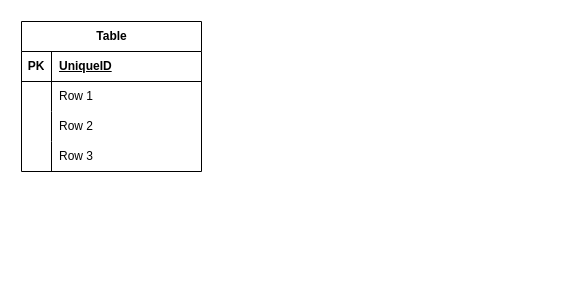
Andersoncrr/food-frontend keeps this draw.io diagram as Diagrama sin título.drawio. Above is the earlier version. Source tidied: cells renumbered, new cells numbered last; positions are measured from the earlier drawing's top-left corner, leaving out a move shared by most shapes. Both pictures are drawn from the tidied source at 100%, with x=0, y=0 at pixel (21, 21).
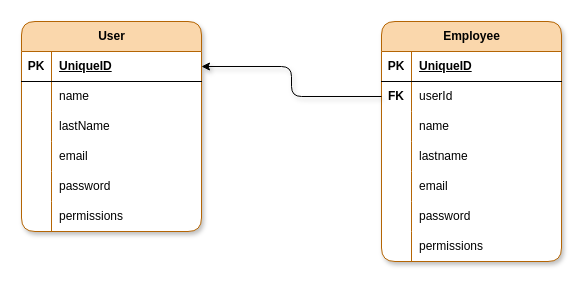
Above is the later version.

Unchanged cells that the change refers to:
```xml
<mxCell id="3" style="shape=tableRow;horizontal=0;startSize=0;swimlaneHead=0;swimlaneBody=0;fillColor=none;points=[[0,0.5],[1,0.5]];portConstraint=eastwest;top=0;left=0;right=0;bottom=1;" parent="2" vertex="1">
  <mxGeometry y="30" width="180" height="30" as="geometry" />
</mxCell>
<mxCell id="6" style="shape=tableRow;horizontal=0;startSize=0;swimlaneHead=0;swimlaneBody=0;fillColor=none;top=0;left=0;right=0;bottom=0;" parent="2" vertex="1">
  <mxGeometry y="60" width="180" height="30" as="geometry" />
</mxCell>
```

The edit, as a diff of the source:
```diff
@@
-    <mxCell id="2" value="Table" style="shape=table;startSize=30;childLayout=tableLayout;rowLines=0;fontStyle=1;align=center;html=1;" parent="1" vertex="1">
-      <mxGeometry width="180" height="150" as="geometry" />
+    <mxCell id="2" value="User" style="shape=table;startSize=30;childLayout=tableLayout;rowLines=0;fontStyle=1;align=center;html=1;fillColor=#fad7ac;strokeColor=#b46504;swimlaneFillColor=default;rounded=1;shadow=1;" parent="1" vertex="1">
+      <mxGeometry width="180" height="210" as="geometry" />
     </mxCell>
@@
-    <mxCell id="8" value="Row 1" style="shape=partialRectangle;fillColor=none;top=0;left=0;bottom=0;right=0;align=left;spacingLeft=6;overflow=hidden;whiteSpace=wrap;html=1;" parent="6" vertex="1">
+    <mxCell id="8" value="name" style="shape=partialRectangle;fillColor=none;top=0;left=0;bottom=0;right=0;align=left;spacingLeft=6;overflow=hidden;whiteSpace=wrap;html=1;" parent="6" vertex="1">
       <mxGeometry x="30" width="150" height="30" as="geometry" />
     </mxCell>
+    <mxCell id="15" style="shape=tableRow;horizontal=0;startSize=0;swimlaneHead=0;swimlaneBody=0;fillColor=none;top=0;left=0;right=0;bottom=0;" parent="2" vertex="1">
+      <mxGeometry y="90" width="180" height="30" as="geometry" />
+    </mxCell>
+    <mxCell id="16" style="shape=partialRectangle;fillColor=none;top=0;left=0;bottom=0;right=0;overflow=hidden;whiteSpace=wrap;html=1;" parent="15" vertex="1">
+      <mxGeometry width="30" height="30" as="geometry" />
+    </mxCell>
+    <mxCell id="17" value="lastName" style="shape=partialRectangle;fillColor=none;top=0;left=0;bottom=0;right=0;align=left;spacingLeft=6;overflow=hidden;whiteSpace=wrap;html=1;" parent="15" vertex="1">
+      <mxGeometry x="30" width="150" height="30" as="geometry" />
+    </mxCell>
     <mxCell id="9" style="shape=tableRow;horizontal=0;startSize=0;swimlaneHead=0;swimlaneBody=0;fillColor=none;top=0;left=0;right=0;bottom=0;" parent="2" vertex="1">
-      <mxGeometry y="90" width="180" height="30" as="geometry" />
+      <mxGeometry y="120" width="180" height="30" as="geometry" />
     </mxCell>
@@
-    <mxCell id="11" value="Row 2" style="shape=partialRectangle;fillColor=none;top=0;left=0;bottom=0;right=0;align=left;spacingLeft=6;overflow=hidden;whiteSpace=wrap;html=1;" parent="9" vertex="1">
+    <mxCell id="11" value="email" style="shape=partialRectangle;fillColor=none;top=0;left=0;bottom=0;right=0;align=left;spacingLeft=6;overflow=hidden;whiteSpace=wrap;html=1;" parent="9" vertex="1">
       <mxGeometry x="30" width="150" height="30" as="geometry" />
     </mxCell>
     <mxCell id="12" style="shape=tableRow;horizontal=0;startSize=0;swimlaneHead=0;swimlaneBody=0;fillColor=none;top=0;left=0;right=0;bottom=0;" parent="2" vertex="1">
-      <mxGeometry y="120" width="180" height="30" as="geometry" />
+      <mxGeometry y="150" width="180" height="30" as="geometry" />
     </mxCell>
@@
-    <mxCell id="14" value="Row 3" style="shape=partialRectangle;fillColor=none;top=0;left=0;bottom=0;right=0;align=left;spacingLeft=6;overflow=hidden;whiteSpace=wrap;html=1;" parent="12" vertex="1">
+    <mxCell id="14" value="password" style="shape=partialRectangle;fillColor=none;top=0;left=0;bottom=0;right=0;align=left;spacingLeft=6;overflow=hidden;whiteSpace=wrap;html=1;" parent="12" vertex="1">
       <mxGeometry x="30" width="150" height="30" as="geometry" />
     </mxCell>
+    <mxCell id="18" style="shape=tableRow;horizontal=0;startSize=0;swimlaneHead=0;swimlaneBody=0;fillColor=none;top=0;left=0;right=0;bottom=0;" parent="2" vertex="1">
+      <mxGeometry y="180" width="180" height="30" as="geometry" />
+    </mxCell>
+    <mxCell id="19" style="shape=partialRectangle;fillColor=none;top=0;left=0;bottom=0;right=0;overflow=hidden;whiteSpace=wrap;html=1;" parent="18" vertex="1">
+      <mxGeometry width="30" height="30" as="geometry" />
+    </mxCell>
+    <mxCell id="20" value="permissions" style="shape=partialRectangle;fillColor=none;top=0;left=0;bottom=0;right=0;align=left;spacingLeft=6;overflow=hidden;whiteSpace=wrap;html=1;" parent="18" vertex="1">
+      <mxGeometry x="30" width="150" height="30" as="geometry" />
+    </mxCell>
+    <mxCell id="21" value="Employee" style="shape=table;startSize=30;childLayout=tableLayout;rowLines=0;fontStyle=1;align=center;html=1;fillColor=#fad7ac;strokeColor=#b46504;swimlaneFillColor=default;rounded=1;shadow=1;" parent="1" vertex="1">
+      <mxGeometry x="360" width="180" height="240" as="geometry" />
+    </mxCell>
+    <mxCell id="22" style="shape=tableRow;horizontal=0;startSize=0;swimlaneHead=0;swimlaneBody=0;fillColor=none;top=0;left=0;right=0;bottom=1;" parent="21" vertex="1">
+      <mxGeometry y="30" width="180" height="30" as="geometry" />
+    </mxCell>
+    <mxCell id="23" value="PK" style="shape=partialRectangle;fillColor=none;top=0;left=0;bottom=0;right=0;fontStyle=1;overflow=hidden;whiteSpace=wrap;html=1;" parent="22" vertex="1">
+      <mxGeometry width="30" height="30" as="geometry" />
+    </mxCell>
+    <mxCell id="24" value="UniqueID" style="shape=partialRectangle;fillColor=none;top=0;left=0;bottom=0;right=0;align=left;spacingLeft=6;fontStyle=5;overflow=hidden;whiteSpace=wrap;html=1;" parent="22" vertex="1">
+      <mxGeometry x="30" width="150" height="30" as="geometry" />
+    </mxCell>
+    <mxCell id="25" style="shape=tableRow;horizontal=0;startSize=0;swimlaneHead=0;swimlaneBody=0;fillColor=none;points=[[0,0.5],[1,0.5]];portConstraint=eastwest;top=0;left=0;right=0;bottom=0;" parent="21" vertex="1">
+      <mxGeometry y="60" width="180" height="30" as="geometry" />
+    </mxCell>
+    <mxCell id="26" value="&lt;b&gt;FK&lt;/b&gt;" style="shape=partialRectangle;fillColor=none;top=0;left=0;bottom=0;right=0;overflow=hidden;whiteSpace=wrap;html=1;" parent="25" vertex="1">
+      <mxGeometry width="30" height="30" as="geometry" />
+    </mxCell>
+    <mxCell id="27" value="userId" style="shape=partialRectangle;fillColor=none;top=0;left=0;bottom=0;right=0;align=left;spacingLeft=6;overflow=hidden;whiteSpace=wrap;html=1;" parent="25" vertex="1">
+      <mxGeometry x="30" width="150" height="30" as="geometry" />
+    </mxCell>
+    <mxCell id="28" style="shape=tableRow;horizontal=0;startSize=0;swimlaneHead=0;swimlaneBody=0;fillColor=none;top=0;left=0;right=0;bottom=0;" parent="21" vertex="1">
+      <mxGeometry y="90" width="180" height="30" as="geometry" />
+    </mxCell>
+    <mxCell id="29" style="shape=partialRectangle;fillColor=none;top=0;left=0;bottom=0;right=0;overflow=hidden;whiteSpace=wrap;html=1;" parent="28" vertex="1">
+      <mxGeometry width="30" height="30" as="geometry" />
+    </mxCell>
+    <mxCell id="30" value="name" style="shape=partialRectangle;fillColor=none;top=0;left=0;bottom=0;right=0;align=left;spacingLeft=6;overflow=hidden;whiteSpace=wrap;html=1;" parent="28" vertex="1">
+      <mxGeometry x="30" width="150" height="30" as="geometry" />
+    </mxCell>
+    <mxCell id="31" style="shape=tableRow;horizontal=0;startSize=0;swimlaneHead=0;swimlaneBody=0;fillColor=none;top=0;left=0;right=0;bottom=0;" parent="21" vertex="1">
+      <mxGeometry y="120" width="180" height="30" as="geometry" />
+    </mxCell>
+    <mxCell id="32" style="shape=partialRectangle;fillColor=none;top=0;left=0;bottom=0;right=0;overflow=hidden;whiteSpace=wrap;html=1;" parent="31" vertex="1">
+      <mxGeometry width="30" height="30" as="geometry" />
+    </mxCell>
+    <mxCell id="33" value="lastname" style="shape=partialRectangle;fillColor=none;top=0;left=0;bottom=0;right=0;align=left;spacingLeft=6;overflow=hidden;whiteSpace=wrap;html=1;" parent="31" vertex="1">
+      <mxGeometry x="30" width="150" height="30" as="geometry" />
+    </mxCell>
+    <mxCell id="34" style="shape=tableRow;horizontal=0;startSize=0;swimlaneHead=0;swimlaneBody=0;fillColor=none;top=0;left=0;right=0;bottom=0;" parent="21" vertex="1">
+      <mxGeometry y="150" width="180" height="30" as="geometry" />
+    </mxCell>
+    <mxCell id="35" style="shape=partialRectangle;fillColor=none;top=0;left=0;bottom=0;right=0;overflow=hidden;whiteSpace=wrap;html=1;" parent="34" vertex="1">
+      <mxGeometry width="30" height="30" as="geometry" />
+    </mxCell>
+    <mxCell id="36" value="email" style="shape=partialRectangle;fillColor=none;top=0;left=0;bottom=0;right=0;align=left;spacingLeft=6;overflow=hidden;whiteSpace=wrap;html=1;" parent="34" vertex="1">
+      <mxGeometry x="30" width="150" height="30" as="geometry" />
+    </mxCell>
+    <mxCell id="37" style="shape=tableRow;horizontal=0;startSize=0;swimlaneHead=0;swimlaneBody=0;fillColor=none;top=0;left=0;right=0;bottom=0;" parent="21" vertex="1">
+      <mxGeometry y="180" width="180" height="30" as="geometry" />
+    </mxCell>
+    <mxCell id="38" style="shape=partialRectangle;fillColor=none;top=0;left=0;bottom=0;right=0;overflow=hidden;whiteSpace=wrap;html=1;" parent="37" vertex="1">
+      <mxGeometry width="30" height="30" as="geometry" />
+    </mxCell>
+    <mxCell id="39" value="password" style="shape=partialRectangle;fillColor=none;top=0;left=0;bottom=0;right=0;align=left;spacingLeft=6;overflow=hidden;whiteSpace=wrap;html=1;" parent="37" vertex="1">
+      <mxGeometry x="30" width="150" height="30" as="geometry" />
+    </mxCell>
+    <mxCell id="40" style="shape=tableRow;horizontal=0;startSize=0;swimlaneHead=0;swimlaneBody=0;fillColor=none;top=0;left=0;right=0;bottom=0;" parent="21" vertex="1">
+      <mxGeometry y="210" width="180" height="30" as="geometry" />
+    </mxCell>
+    <mxCell id="41" style="shape=partialRectangle;fillColor=none;top=0;left=0;bottom=0;right=0;overflow=hidden;whiteSpace=wrap;html=1;" parent="40" vertex="1">
+      <mxGeometry width="30" height="30" as="geometry" />
+    </mxCell>
+    <mxCell id="42" value="permissions" style="shape=partialRectangle;fillColor=none;top=0;left=0;bottom=0;right=0;align=left;spacingLeft=6;overflow=hidden;whiteSpace=wrap;html=1;" parent="40" vertex="1">
+      <mxGeometry x="30" width="150" height="30" as="geometry" />
+    </mxCell>
+    <mxCell id="43" style="edgeStyle=orthogonalEdgeStyle;rounded=1;jettySize=auto;html=1;entryX=1;entryY=0.5;entryDx=0;entryDy=0;flowAnimation=0;shadow=1;curved=0;" parent="1" edge="1" source="25" target="3">
+      <mxGeometry relative="1" as="geometry" />
+    </mxCell>
```
